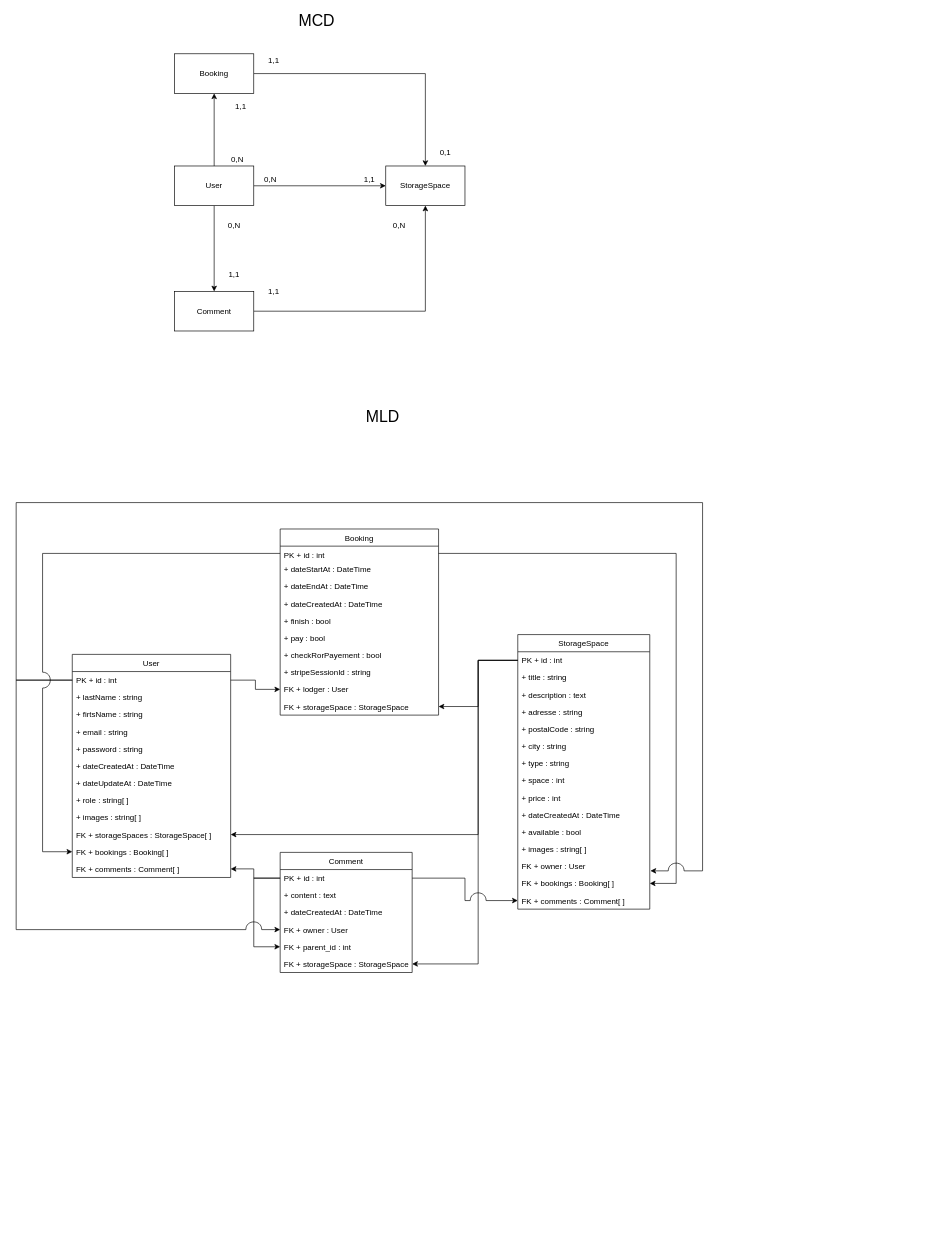
The draw.io diagram doc/MCD_MLD_V7.drawio in jonas18121/homeStock, before the edit. Source tidied: cells renumbered, new cells numbered last; positions are measured from the earlier drawing's top-left corner, leaving out a move shared by most shapes. Both pictures are drawn from the tidied source at 66%, with x=0, y=0 at pixel (16, 14).
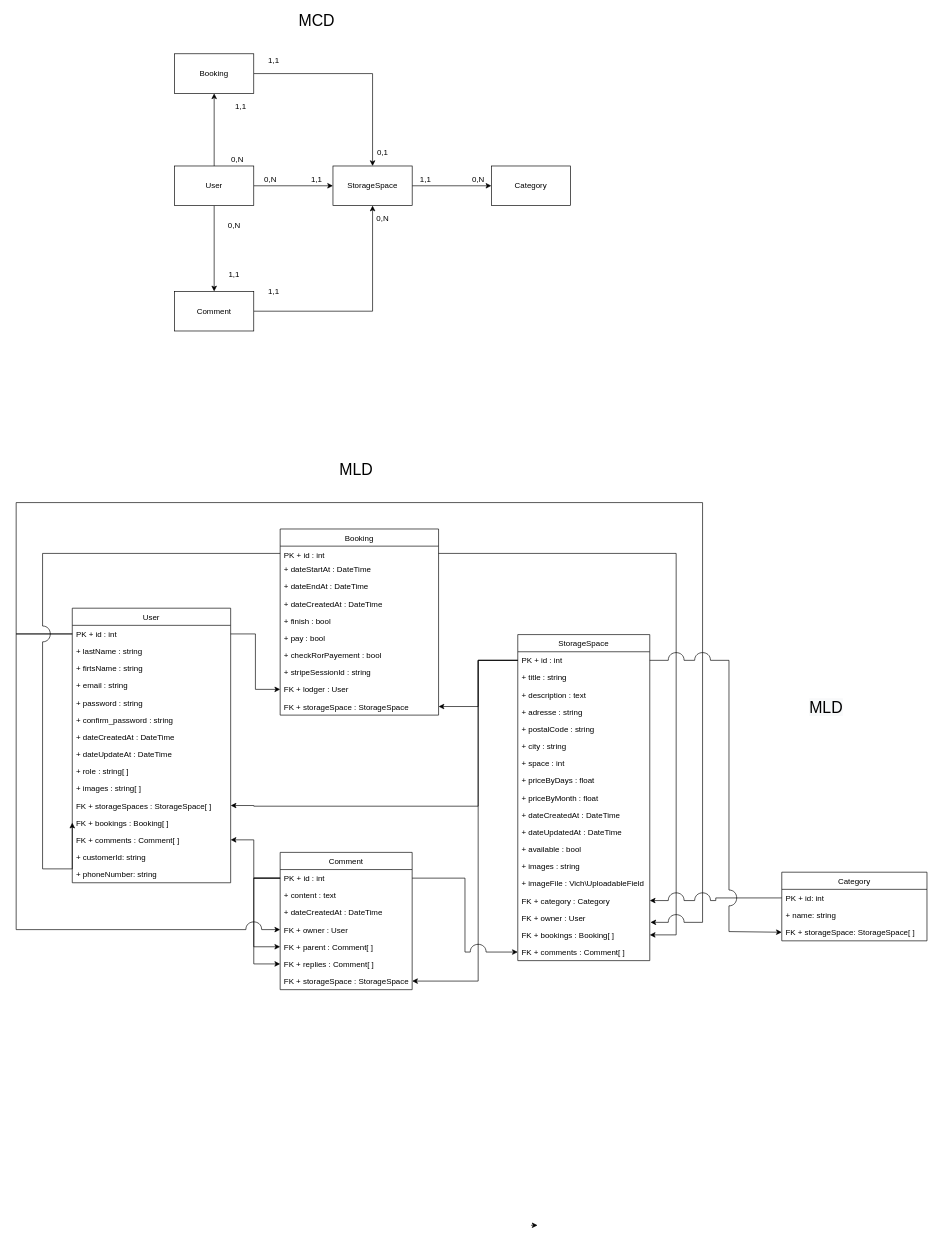
Above is the later version.

The change refers to these unchanged cells:
```xml
<mxCell id="24" value="PK + id : int " style="text;strokeColor=none;fillColor=none;align=left;verticalAlign=top;spacingLeft=4;spacingRight=4;overflow=hidden;points=[[0,0.5],[1,0.5]];portConstraint=eastwest;" parent="23" vertex="1">
  <mxGeometry y="26" width="240" height="22" as="geometry" />
</mxCell>
<mxCell id="35" value="PK + id : int " style="text;strokeColor=none;fillColor=none;align=left;verticalAlign=top;spacingLeft=4;spacingRight=4;overflow=hidden;points=[[0,0.5],[1,0.5]];portConstraint=eastwest;" parent="34" vertex="1">
  <mxGeometry y="26" width="240" height="26" as="geometry" />
</mxCell>
<mxCell id="48" value="PK + id : int" style="text;strokeColor=none;fillColor=none;align=left;verticalAlign=top;spacingLeft=4;spacingRight=4;overflow=hidden;points=[[0,0.5],[1,0.5]];portConstraint=eastwest;" parent="47" vertex="1">
  <mxGeometry y="26" width="200" height="26" as="geometry" />
</mxCell>
<mxCell id="65" value="PK + id : int" style="text;strokeColor=none;fillColor=none;align=left;verticalAlign=top;spacingLeft=4;spacingRight=4;overflow=hidden;points=[[0,0.5],[1,0.5]];portConstraint=eastwest;" parent="63" vertex="1">
  <mxGeometry y="26" width="200" height="26" as="geometry" />
</mxCell>
<mxCell id="68" value="FK + owner : User" style="text;strokeColor=none;fillColor=none;align=left;verticalAlign=top;spacingLeft=4;spacingRight=4;overflow=hidden;points=[[0,0.5],[1,0.5]];portConstraint=eastwest;" parent="63" vertex="1">
  <mxGeometry y="104" width="200" height="26" as="geometry" />
</mxCell>
```

Diff of the diagram source:
```diff
@@
+    <mxCell id="81" style="edgeStyle=orthogonalEdgeStyle;rounded=0;jettySize=auto;html=1;entryX=0;entryY=0.5;entryDx=0;entryDy=0;" parent="1" edge="1" source="6" target="91">
+      <mxGeometry relative="1" as="geometry" />
+    </mxCell>
     <mxCell id="6" value="StorageSpace" style="rounded=0;whiteSpace=wrap;html=1;" parent="1" vertex="1">
-      <mxGeometry x="560" y="230" width="120" height="60" as="geometry" />
+      <mxGeometry x="480" y="230" width="120" height="60" as="geometry" />
     </mxCell>
@@
     <mxCell id="13" value="1,1" style="text;html=1;align=center;verticalAlign=middle;" parent="1" vertex="1">
-      <mxGeometry x="520" y="240" width="30" height="20" as="geometry" />
+      <mxGeometry x="440" y="240" width="30" height="20" as="geometry" />
     </mxCell>
@@
     <mxCell id="17" value="0,N" style="text;html=1;align=center;verticalAlign=middle;" parent="1" vertex="1">
-      <mxGeometry x="565" y="310" width="30" height="20" as="geometry" />
+      <mxGeometry x="540" y="300" width="30" height="20" as="geometry" />
     </mxCell>
@@
     <mxCell id="21" value="0,1" style="text;html=1;align=center;verticalAlign=middle;" parent="1" vertex="1">
-      <mxGeometry x="635" y="200" width="30" height="20" as="geometry" />
+      <mxGeometry x="540" y="200" width="30" height="20" as="geometry" />
     </mxCell>
     <mxCell id="22" value="&lt;font style=&quot;font-size: 24px&quot;&gt;MLD&lt;/font&gt;" style="text;html=1;align=center;verticalAlign=middle;" parent="1" vertex="1">
-      <mxGeometry x="520" y="600" width="70" height="20" as="geometry" />
+      <mxGeometry x="480" y="680" width="70" height="20" as="geometry" />
     </mxCell>
@@
     <mxCell id="34" value="User" style="swimlane;fontStyle=0;horizontal=1;startSize=26;fillColor=none;" parent="1" vertex="1">
-      <mxGeometry x="85" y="970" width="240" height="338" as="geometry" />
+      <mxGeometry x="85" y="900" width="240" height="416" as="geometry" />
     </mxCell>
@@
+    <mxCell id="82" value="+ password : string" style="text;strokeColor=none;fillColor=none;align=left;verticalAlign=top;spacingLeft=4;spacingRight=4;overflow=hidden;" parent="34" vertex="1">
+      <mxGeometry y="130" width="240" height="26" as="geometry" />
+    </mxCell>
-    <mxCell id="39" value="+ password : string" style="text;strokeColor=none;fillColor=none;align=left;verticalAlign=top;spacingLeft=4;spacingRight=4;overflow=hidden;" parent="34" vertex="1">
-      <mxGeometry y="130" width="240" height="26" as="geometry" />
+    <mxCell id="39" value="+ confirm_password : string" style="text;strokeColor=none;fillColor=none;align=left;verticalAlign=top;spacingLeft=4;spacingRight=4;overflow=hidden;" parent="34" vertex="1">
+      <mxGeometry y="156" width="240" height="26" as="geometry" />
     </mxCell>
     <mxCell id="40" value="+ dateCreatedAt : DateTime" style="text;strokeColor=none;fillColor=none;align=left;verticalAlign=top;spacingLeft=4;spacingRight=4;overflow=hidden;" parent="34" vertex="1">
-      <mxGeometry y="156" width="240" height="26" as="geometry" />
+      <mxGeometry y="182" width="240" height="26" as="geometry" />
     </mxCell>
     <mxCell id="41" value="+ dateUpdateAt : DateTime" style="text;strokeColor=none;fillColor=none;align=left;verticalAlign=top;spacingLeft=4;spacingRight=4;overflow=hidden;" parent="34" vertex="1">
-      <mxGeometry y="182" width="240" height="26" as="geometry" />
+      <mxGeometry y="208" width="240" height="26" as="geometry" />
     </mxCell>
     <mxCell id="42" value="+ role : string[ ]" style="text;strokeColor=none;fillColor=none;align=left;verticalAlign=top;spacingLeft=4;spacingRight=4;overflow=hidden;" parent="34" vertex="1">
-      <mxGeometry y="208" width="240" height="26" as="geometry" />
+      <mxGeometry y="234" width="240" height="26" as="geometry" />
     </mxCell>
     <mxCell id="43" value="+ images : string[ ]" style="text;strokeColor=none;fillColor=none;align=left;verticalAlign=top;spacingLeft=4;spacingRight=4;overflow=hidden;" parent="34" vertex="1">
-      <mxGeometry y="234" width="240" height="26" as="geometry" />
+      <mxGeometry y="260" width="240" height="26" as="geometry" />
     </mxCell>
     <mxCell id="44" value="FK + storageSpaces : StorageSpace[ ] " style="text;strokeColor=none;fillColor=none;align=left;verticalAlign=top;spacingLeft=4;spacingRight=4;overflow=hidden;points=[[0,0.5],[1,0.5]];portConstraint=eastwest;" parent="34" vertex="1">
-      <mxGeometry y="260" width="240" height="26" as="geometry" />
+      <mxGeometry y="286" width="240" height="26" as="geometry" />
     </mxCell>
     <mxCell id="45" value="FK + bookings : Booking[ ] " style="text;strokeColor=none;fillColor=none;align=left;verticalAlign=top;spacingLeft=4;spacingRight=4;overflow=hidden;points=[[0,0.5],[1,0.5]];portConstraint=eastwest;" parent="34" vertex="1">
-      <mxGeometry y="286" width="240" height="26" as="geometry" />
+      <mxGeometry y="312" width="240" height="26" as="geometry" />
     </mxCell>
+    <mxCell id="83" value="FK + comments : Comment[ ] " style="text;strokeColor=none;fillColor=none;align=left;verticalAlign=top;spacingLeft=4;spacingRight=4;overflow=hidden;points=[[0,0.5],[1,0.5]];portConstraint=eastwest;" parent="34" vertex="1">
+      <mxGeometry y="338" width="240" height="26" as="geometry" />
+    </mxCell>
+    <mxCell id="84" value="+ customerId: string" style="text;strokeColor=none;fillColor=none;align=left;verticalAlign=top;spacingLeft=4;spacingRight=4;overflow=hidden;" parent="34" vertex="1">
+      <mxGeometry y="364" width="240" height="26" as="geometry" />
+    </mxCell>
-    <mxCell id="46" value="FK + comments : Comment[ ] " style="text;strokeColor=none;fillColor=none;align=left;verticalAlign=top;spacingLeft=4;spacingRight=4;overflow=hidden;points=[[0,0.5],[1,0.5]];portConstraint=eastwest;" parent="34" vertex="1">
-      <mxGeometry y="312" width="240" height="26" as="geometry" />
+    <mxCell id="46" value="+ phoneNumber: string" style="text;strokeColor=none;fillColor=none;align=left;verticalAlign=top;spacingLeft=4;spacingRight=4;overflow=hidden;points=[[0,0.5],[1,0.5]];portConstraint=eastwest;" parent="34" vertex="1">
+      <mxGeometry y="390" width="240" height="26" as="geometry" />
     </mxCell>
     <mxCell id="47" value="StorageSpace" style="swimlane;fontStyle=0;horizontal=1;startSize=26;fillColor=none;" parent="1" vertex="1">
-      <mxGeometry x="760" y="940" width="200" height="416" as="geometry" />
+      <mxGeometry x="760" y="940" width="200" height="494" as="geometry" />
     </mxCell>
@@
-    <mxCell id="54" value="+ type : string" style="text;strokeColor=none;fillColor=none;align=left;verticalAlign=top;spacingLeft=4;spacingRight=4;overflow=hidden;" parent="47" vertex="1">
-      <mxGeometry y="182" width="200" height="26" as="geometry" />
-    </mxCell>
     <mxCell id="55" value="+ space : int" style="text;strokeColor=none;fillColor=none;align=left;verticalAlign=top;spacingLeft=4;spacingRight=4;overflow=hidden;" parent="47" vertex="1">
-      <mxGeometry y="208" width="200" height="26" as="geometry" />
+      <mxGeometry y="182" width="200" height="26" as="geometry" />
     </mxCell>
-    <mxCell id="56" value="+ price : int" style="text;strokeColor=none;fillColor=none;align=left;verticalAlign=top;spacingLeft=4;spacingRight=4;overflow=hidden;" parent="47" vertex="1">
-      <mxGeometry y="234" width="200" height="26" as="geometry" />
+    <mxCell id="56" value="+ priceByDays : float" style="text;strokeColor=none;fillColor=none;align=left;verticalAlign=top;spacingLeft=4;spacingRight=4;overflow=hidden;" parent="47" vertex="1">
+      <mxGeometry y="208" width="200" height="26" as="geometry" />
     </mxCell>
+    <mxCell id="85" value="+ priceByMonth : float" style="text;strokeColor=none;fillColor=none;align=left;verticalAlign=top;spacingLeft=4;spacingRight=4;overflow=hidden;" parent="47" vertex="1">
+      <mxGeometry y="234" width="200" height="26" as="geometry" />
+    </mxCell>
@@
+    <mxCell id="86" value="+ dateUpdatedAt : DateTime" style="text;strokeColor=none;fillColor=none;align=left;verticalAlign=top;spacingLeft=4;spacingRight=4;overflow=hidden;" parent="47" vertex="1">
+      <mxGeometry y="286" width="200" height="26" as="geometry" />
+    </mxCell>
     <mxCell id="58" value="+ available : bool" style="text;strokeColor=none;fillColor=none;align=left;verticalAlign=top;spacingLeft=4;spacingRight=4;overflow=hidden;" parent="47" vertex="1">
-      <mxGeometry y="286" width="200" height="26" as="geometry" />
+      <mxGeometry y="312" width="200" height="26" as="geometry" />
     </mxCell>
-    <mxCell id="59" value="+ images : string[ ]" style="text;strokeColor=none;fillColor=none;align=left;verticalAlign=top;spacingLeft=4;spacingRight=4;overflow=hidden;" parent="47" vertex="1">
-      <mxGeometry y="312" width="200" height="26" as="geometry" />
+    <mxCell id="59" value="+ images : string" style="text;strokeColor=none;fillColor=none;align=left;verticalAlign=top;spacingLeft=4;spacingRight=4;overflow=hidden;" parent="47" vertex="1">
+      <mxGeometry y="338" width="200" height="26" as="geometry" />
     </mxCell>
+    <mxCell id="87" value="+ imageFile : Vich\UploadableField " style="text;strokeColor=none;fillColor=none;align=left;verticalAlign=top;spacingLeft=4;spacingRight=4;overflow=hidden;" parent="47" vertex="1">
+      <mxGeometry y="364" width="200" height="26" as="geometry" />
+    </mxCell>
+    <mxCell id="88" value="FK + category : Category" style="text;strokeColor=none;fillColor=none;align=left;verticalAlign=top;spacingLeft=4;spacingRight=4;overflow=hidden;points=[[0,0.5],[1,0.5]];portConstraint=eastwest;" parent="47" vertex="1">
+      <mxGeometry y="390" width="200" height="26" as="geometry" />
+    </mxCell>
     <mxCell id="60" value="FK + owner : User" style="text;strokeColor=none;fillColor=none;align=left;verticalAlign=top;spacingLeft=4;spacingRight=4;overflow=hidden;points=[[0,0.5],[1,0.5]];portConstraint=eastwest;" parent="47" vertex="1">
-      <mxGeometry y="338" width="200" height="26" as="geometry" />
+      <mxGeometry y="416" width="200" height="26" as="geometry" />
     </mxCell>
     <mxCell id="61" value="FK + bookings : Booking[ ]" style="text;strokeColor=none;fillColor=none;align=left;verticalAlign=top;spacingLeft=4;spacingRight=4;overflow=hidden;points=[[0,0.5],[1,0.5]];portConstraint=eastwest;" parent="47" vertex="1">
-      <mxGeometry y="364" width="200" height="26" as="geometry" />
+      <mxGeometry y="442" width="200" height="26" as="geometry" />
     </mxCell>
     <mxCell id="62" value="FK + comments : Comment[ ]" style="text;strokeColor=none;fillColor=none;align=left;verticalAlign=top;spacingLeft=4;spacingRight=4;overflow=hidden;points=[[0,0.5],[1,0.5]];portConstraint=eastwest;" parent="47" vertex="1">
-      <mxGeometry y="390" width="200" height="26" as="geometry" />
+      <mxGeometry y="468" width="200" height="26" as="geometry" />
     </mxCell>
     <mxCell id="63" value="Comment" style="swimlane;fontStyle=0;horizontal=1;startSize=26;fillColor=none;" parent="1" vertex="1">
-      <mxGeometry x="400" y="1270" width="200" height="182" as="geometry" />
+      <mxGeometry x="400" y="1270" width="200" height="208" as="geometry" />
     </mxCell>
@@
+    <mxCell id="89" style="edgeStyle=orthogonalEdgeStyle;rounded=0;jumpStyle=arc;jumpSize=24;jettySize=auto;html=1;entryX=0;entryY=0.5;entryDx=0;entryDy=0;" parent="63" edge="1" source="65" target="90">
+      <mxGeometry relative="1" as="geometry">
+        <Array as="points">
+          <mxPoint x="-40" y="39" />
+          <mxPoint x="-40" y="169" />
+        </Array>
+      </mxGeometry>
+    </mxCell>
@@
-    <mxCell id="69" value="FK + parent_id : int" style="text;strokeColor=none;fillColor=none;align=left;verticalAlign=top;spacingLeft=4;spacingRight=4;overflow=hidden;points=[[0,0.5],[1,0.5]];portConstraint=eastwest;" parent="63" vertex="1">
+    <mxCell id="69" value="FK + parent : Comment[ ]" style="text;strokeColor=none;fillColor=none;align=left;verticalAlign=top;spacingLeft=4;spacingRight=4;overflow=hidden;points=[[0,0.5],[1,0.5]];portConstraint=eastwest;" parent="63" vertex="1">
       <mxGeometry y="130" width="200" height="26" as="geometry" />
     </mxCell>
+    <mxCell id="90" value="FK + replies : Comment[ ]" style="text;strokeColor=none;fillColor=none;align=left;verticalAlign=top;spacingLeft=4;spacingRight=4;overflow=hidden;points=[[0,0.5],[1,0.5]];portConstraint=eastwest;" parent="63" vertex="1">
+      <mxGeometry y="156" width="200" height="26" as="geometry" />
+    </mxCell>
     <mxCell id="70" value="FK + storageSpace : StorageSpace" style="text;strokeColor=none;fillColor=none;align=left;verticalAlign=top;spacingLeft=4;spacingRight=4;overflow=hidden;points=[[0,0.5],[1,0.5]];portConstraint=eastwest;" parent="63" vertex="1">
-      <mxGeometry y="156" width="200" height="26" as="geometry" />
+      <mxGeometry y="182" width="200" height="26" as="geometry" />
     </mxCell>
@@
     <mxCell id="72" style="edgeStyle=orthogonalEdgeStyle;rounded=0;jettySize=auto;html=1;entryX=1;entryY=0.5;entryDx=0;entryDy=0;" parent="1" edge="1" source="48" target="44">
       <mxGeometry relative="1" as="geometry">
         <Array as="points">
           <mxPoint x="700" y="979" />
-          <mxPoint x="700" y="1243" />
+          <mxPoint x="700" y="1200" />
+          <mxPoint x="360" y="1200" />
+          <mxPoint x="360" y="1199" />
         </Array>
       </mxGeometry>
     </mxCell>
     <mxCell id="73" style="edgeStyle=orthogonalEdgeStyle;rounded=0;jettySize=auto;html=1;entryX=1;entryY=0.5;entryDx=0;entryDy=0;" parent="1" edge="1" source="48" target="70">
       <mxGeometry relative="1" as="geometry">
         <Array as="points">
           <mxPoint x="700" y="979" />
-          <mxPoint x="700" y="1439" />
+          <mxPoint x="700" y="1465" />
         </Array>
       </mxGeometry>
     </mxCell>
@@
-    <mxCell id="75" style="edgeStyle=orthogonalEdgeStyle;rounded=0;jumpStyle=arc;jumpSize=24;jettySize=auto;html=1;entryX=1;entryY=0.5;entryDx=0;entryDy=0;" parent="1" edge="1" source="65" target="46">
-      <mxGeometry relative="1" as="geometry">
-        <Array as="points">
-          <mxPoint x="360" y="1309" />
-          <mxPoint x="360" y="1295" />
-        </Array>
-      </mxGeometry>
-    </mxCell>
     <mxCell id="76" style="edgeStyle=orthogonalEdgeStyle;rounded=0;jumpStyle=arc;jumpSize=24;jettySize=auto;html=1;entryX=1;entryY=0.5;entryDx=0;entryDy=0;" parent="1" edge="1" source="24" target="61">
       <mxGeometry relative="1" as="geometry">
         <Array as="points">
           <mxPoint x="1000" y="817" />
-          <mxPoint x="1000" y="1317" />
+          <mxPoint x="1000" y="1395" />
         </Array>
       </mxGeometry>
     </mxCell>
     <mxCell id="77" style="edgeStyle=orthogonalEdgeStyle;rounded=0;jumpStyle=arc;jumpSize=24;jettySize=auto;html=1;entryX=0;entryY=0.5;entryDx=0;entryDy=0;" parent="1" edge="1" source="35" target="68">
       <mxGeometry relative="1" as="geometry">
         <Array as="points">
-          <mxPoint y="1009" />
+          <mxPoint y="939" />
           <mxPoint y="1387" />
         </Array>
       </mxGeometry>
     </mxCell>
@@
     <mxCell id="79" style="edgeStyle=orthogonalEdgeStyle;rounded=0;jumpStyle=arc;jumpSize=24;jettySize=auto;html=1;entryX=1.005;entryY=0.769;entryDx=0;entryDy=0;entryPerimeter=0;" parent="1" edge="1" source="35" target="60">
       <mxGeometry relative="1" as="geometry">
         <Array as="points">
-          <mxPoint y="1009" />
+          <mxPoint y="939" />
           <mxPoint y="740" />
           <mxPoint x="1040" y="740" />
-          <mxPoint x="1040" y="1298" />
+          <mxPoint x="1040" y="1376" />
         </Array>
       </mxGeometry>
     </mxCell>
     <mxCell id="80" style="edgeStyle=orthogonalEdgeStyle;rounded=0;jumpStyle=arc;jumpSize=24;jettySize=auto;html=1;entryX=0;entryY=0.5;entryDx=0;entryDy=0;" parent="1" edge="1" source="24" target="45">
       <mxGeometry relative="1" as="geometry">
         <Array as="points">
           <mxPoint x="40" y="817" />
-          <mxPoint x="40" y="1269" />
+          <mxPoint x="40" y="1295" />
         </Array>
       </mxGeometry>
     </mxCell>
+    <mxCell id="91" value="Category" style="rounded=0;whiteSpace=wrap;html=1;" parent="1" vertex="1">
+      <mxGeometry x="720" y="230" width="120" height="60" as="geometry" />
+    </mxCell>
+    <mxCell id="92" value="1,1" style="text;html=1;align=center;verticalAlign=middle;strokeColor=none;" parent="1" vertex="1">
+      <mxGeometry x="605" y="240" width="30" height="20" as="geometry" />
+    </mxCell>
+    <mxCell id="93" value="0,N" style="text;html=1;align=center;verticalAlign=middle;strokeColor=none;" parent="1" vertex="1">
+      <mxGeometry x="685" y="240" width="30" height="20" as="geometry" />
+    </mxCell>
+    <mxCell id="94" value="Category" style="swimlane;fontStyle=0;horizontal=1;startSize=26;fillColor=none;" parent="1" vertex="1">
+      <mxGeometry x="1160" y="1300" width="220" height="104" as="geometry" />
+    </mxCell>
+    <mxCell id="95" value="PK + id: int" style="text;strokeColor=none;fillColor=none;align=left;verticalAlign=top;spacingLeft=4;spacingRight=4;overflow=hidden;points=[[0,0.5],[1,0.5]];portConstraint=eastwest;" parent="94" vertex="1">
+      <mxGeometry y="26" width="220" height="26" as="geometry" />
+    </mxCell>
+    <mxCell id="96" value="+ name: string" style="text;strokeColor=none;fillColor=none;align=left;verticalAlign=top;spacingLeft=4;spacingRight=4;overflow=hidden;" parent="94" vertex="1">
+      <mxGeometry y="52" width="220" height="26" as="geometry" />
+    </mxCell>
+    <mxCell id="97" value="FK + storageSpace: StorageSpace[ ]" style="text;strokeColor=none;fillColor=none;align=left;verticalAlign=top;spacingLeft=4;spacingRight=4;overflow=hidden;points=[[0,0.5],[1,0.5]];portConstraint=eastwest;" parent="94" vertex="1">
+      <mxGeometry y="78" width="220" height="26" as="geometry" />
+    </mxCell>
+    <mxCell id="98" style="edgeStyle=orthogonalEdgeStyle;rounded=0;jettySize=auto;html=1;entryX=1;entryY=0.5;entryDx=0;entryDy=0;jumpStyle=arc;jumpSize=24;" parent="1" edge="1" source="95" target="88">
+      <mxGeometry relative="1" as="geometry" />
+    </mxCell>
+    <mxCell id="99" style="edgeStyle=orthogonalEdgeStyle;jettySize=auto;html=1;entryX=0;entryY=0.5;entryDx=0;entryDy=0;rounded=0;jumpStyle=arc;jumpSize=24;" parent="1" edge="1" source="48" target="97">
+      <mxGeometry relative="1" as="geometry">
+        <Array as="points">
+          <mxPoint x="1080" y="979" />
+          <mxPoint x="1080" y="1390" />
+        </Array>
+      </mxGeometry>
+    </mxCell>
+    <mxCell id="100" style="edgeStyle=orthogonalEdgeStyle;rounded=0;jumpStyle=arc;jumpSize=24;orthogonalLoop=1;jettySize=auto;html=1;" parent="1" edge="1">
+      <mxGeometry relative="1" as="geometry">
+        <mxPoint x="780" y="1835" as="sourcePoint" />
+        <mxPoint x="790" y="1835" as="targetPoint" />
+      </mxGeometry>
+    </mxCell>
+    <mxCell id="101" style="edgeStyle=orthogonalEdgeStyle;rounded=0;jumpStyle=arc;jumpSize=24;jettySize=auto;html=1;entryX=1;entryY=0.5;entryDx=0;entryDy=0;" parent="1" edge="1" source="65" target="83">
+      <mxGeometry relative="1" as="geometry">
+        <Array as="points">
+          <mxPoint x="360" y="1309" />
+          <mxPoint x="360" y="1251" />
+        </Array>
+      </mxGeometry>
+    </mxCell>
+    <mxCell id="102" value="&lt;span style=&quot;color: rgb(0, 0, 0); font-family: helvetica; font-size: 24px; font-style: normal; font-weight: 400; letter-spacing: normal; text-align: center; text-indent: 0px; text-transform: none; word-spacing: 0px; background-color: rgb(248, 249, 250); display: inline; float: none;&quot;&gt;MLD&lt;/span&gt;" style="text;whiteSpace=wrap;html=1;" parent="1" vertex="1">
+      <mxGeometry x="1200" y="1030" width="80" height="30" as="geometry" />
+    </mxCell>
```
